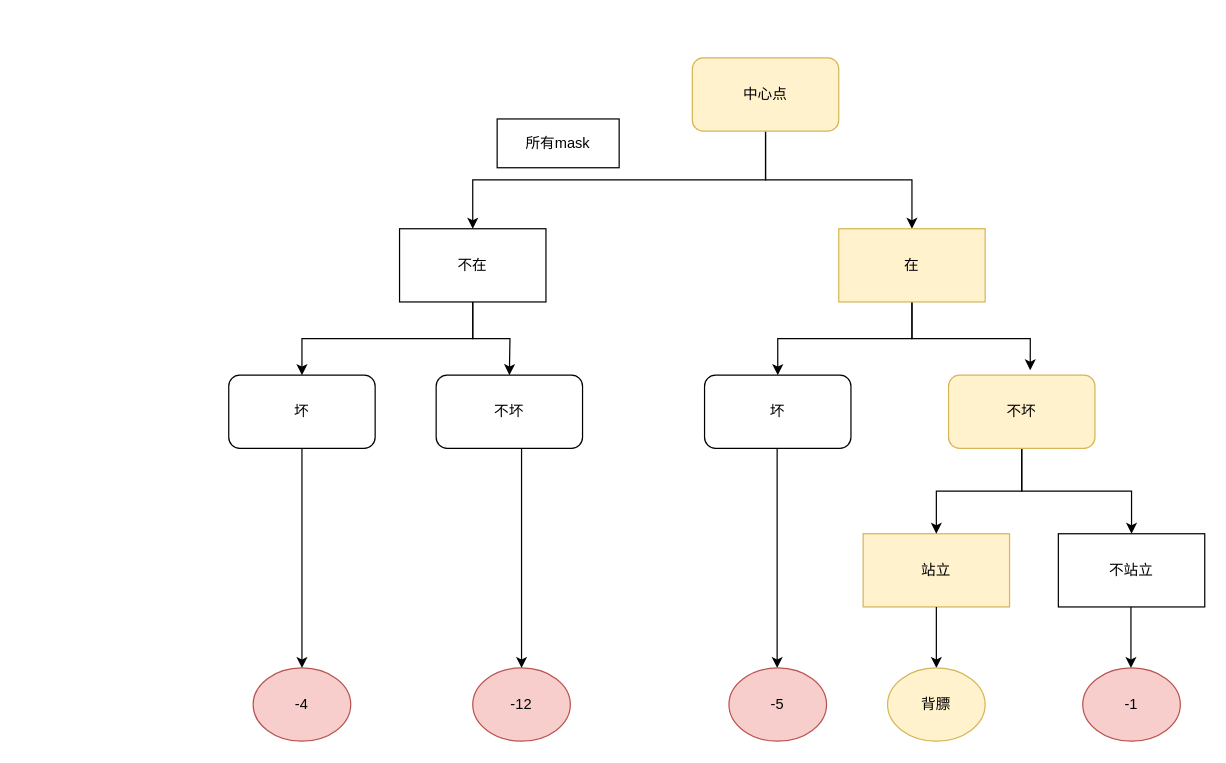
Earlier version of the draw.io diagram circle2.drawio (yzy1421/Amateur-women-basketball-in-China). Source tidied: cells renumbered, new cells numbered last; positions are measured from the earlier drawing's top-left corner, leaving out a move shared by most shapes. Both pictures are drawn from the tidied source at 122%, with x=0, y=0 at pixel (228, 57).
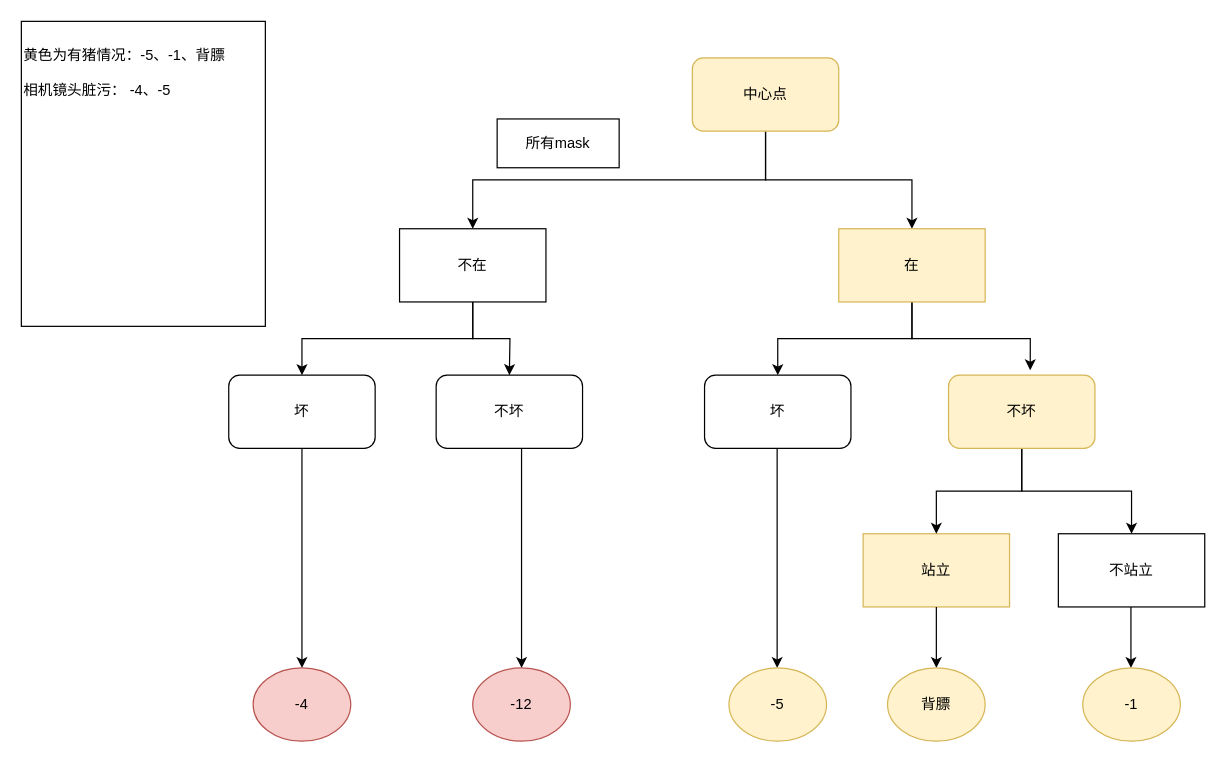
After the change.

What changed in the source:
```diff
@@
-    <mxCell id="25" value="-1" style="ellipse;whiteSpace=wrap;html=1;fillColor=#f8cecc;strokeColor=#b85450;" parent="1" vertex="1">
+    <mxCell id="25" value="-1" style="ellipse;whiteSpace=wrap;html=1;fillColor=#fff2cc;strokeColor=#d6b656;" parent="1" vertex="1">
       <mxGeometry x="700" y="500" width="80" height="60" as="geometry" />
     </mxCell>
@@
-    <mxCell id="27" value="-5" style="ellipse;whiteSpace=wrap;html=1;fillColor=#f8cecc;strokeColor=#b85450;" parent="1" vertex="1">
+    <mxCell id="27" value="-5" style="ellipse;whiteSpace=wrap;html=1;fillColor=#fff2cc;strokeColor=#d6b656;" parent="1" vertex="1">
       <mxGeometry x="410" y="500" width="80" height="60" as="geometry" />
     </mxCell>
@@
+    <mxCell id="30" value="&lt;br&gt;黄色为有猪情况：-5、-1、背膘&lt;br&gt;&lt;br&gt;相机镜头脏污： -4、-5" style="rounded=0;whiteSpace=wrap;html=1;align=left;verticalAlign=top;" parent="1" vertex="1">
+      <mxGeometry x="-170" y="-30" width="200" height="250" as="geometry" />
+    </mxCell>
```
